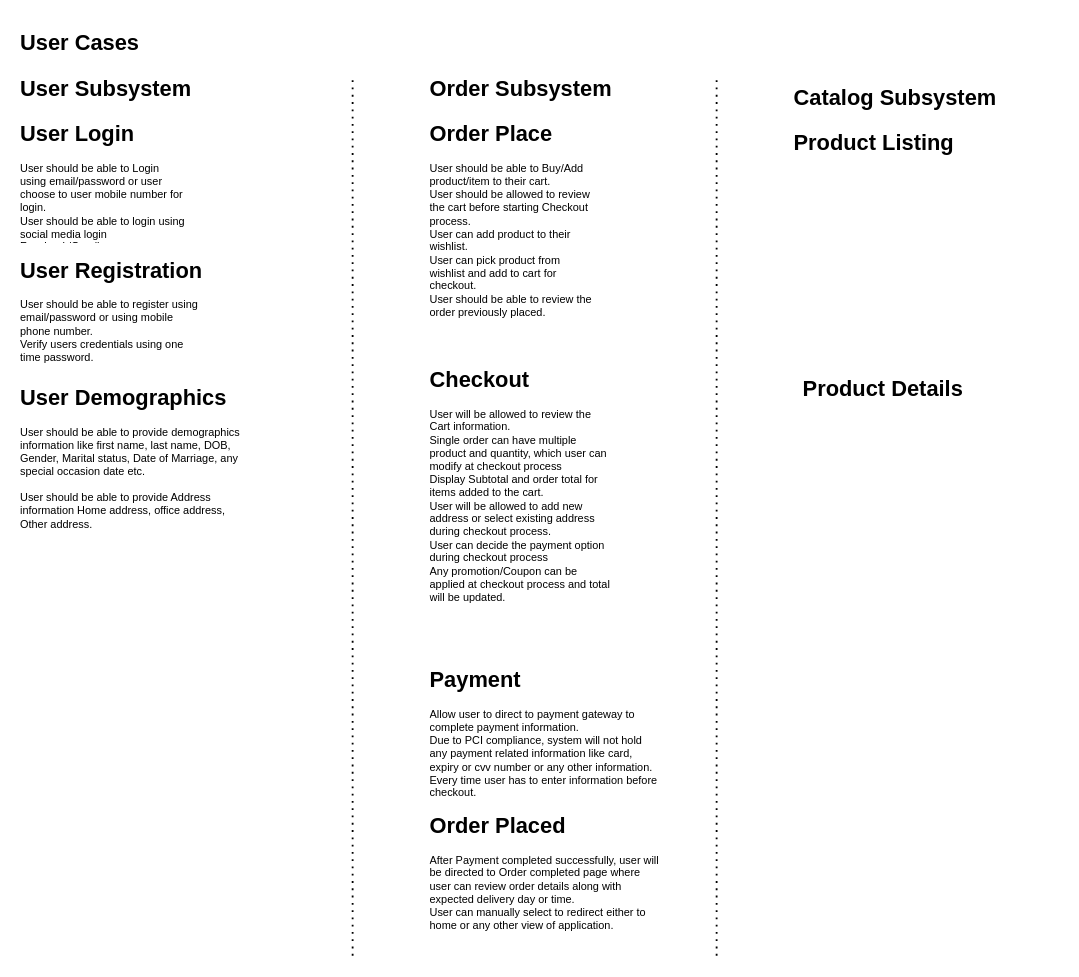
Before: page "L5(R-2023-06-02)" (5 of 5) of eCom/docs/design.drawio in ravinderkumard/trariti, a draw.io diagram. Source tidied: cells renumbered, new cells numbered last; positions are measured from the earlier drawing's top-left corner, leaving out a move shared by most shapes. Both pictures are drawn from the tidied source at 91%, with x=0, y=0 at pixel (15, 25).
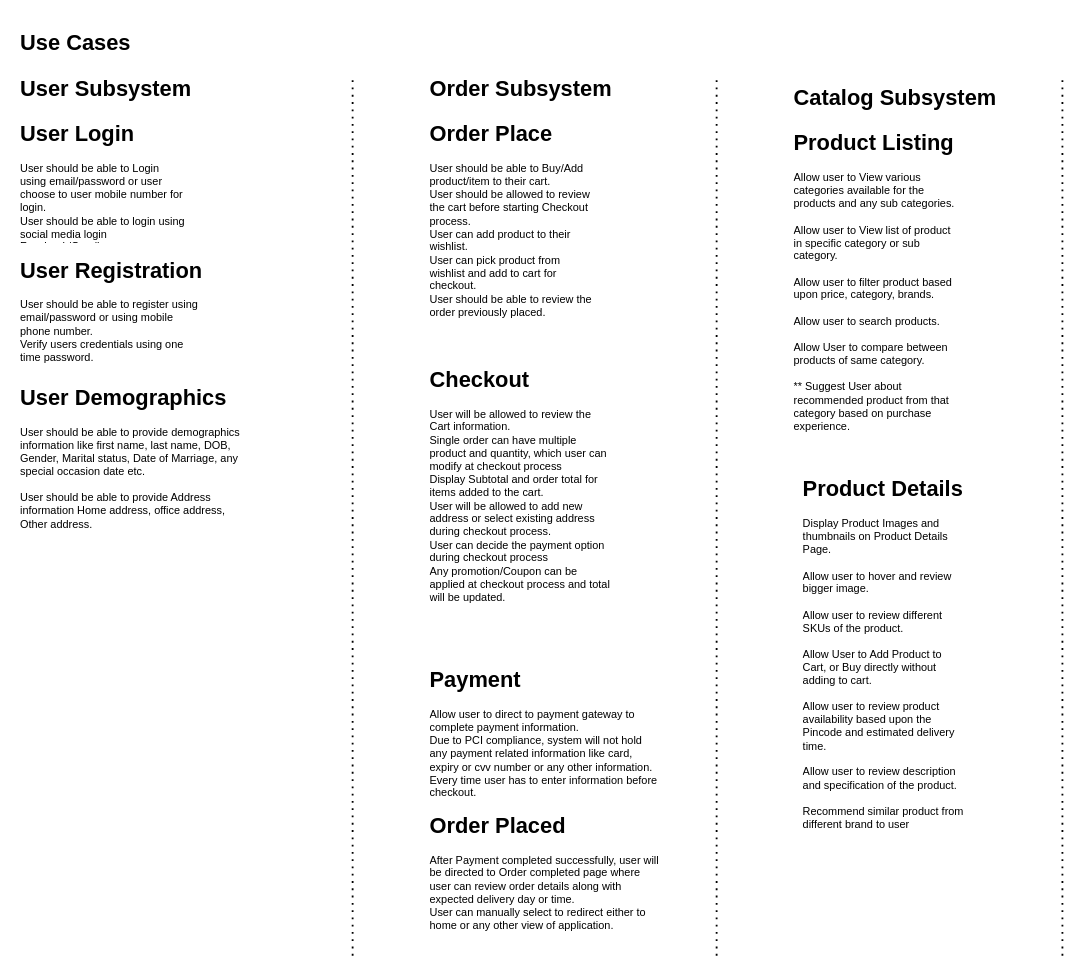
The same diagram, later.

Commit message (it also covers changes not shown here):
Use cases added for Catalog Subsystem.

Diff of the diagram source:
```diff
@@
-    <mxCell id="2" value="&lt;h1&gt;User Cases&lt;/h1&gt;" style="text;html=1;strokeColor=none;fillColor=none;spacing=5;spacingTop=-20;whiteSpace=wrap;overflow=hidden;rounded=0;" parent="1" vertex="1">
+    <mxCell id="2" value="&lt;h1&gt;Use Cases&lt;/h1&gt;" style="text;html=1;strokeColor=none;fillColor=none;spacing=5;spacingTop=-20;whiteSpace=wrap;overflow=hidden;rounded=0;" parent="1" vertex="1">
       <mxGeometry width="190" height="50" as="geometry" />
     </mxCell>
@@
-    <mxCell id="14" value="&lt;h1&gt;Product Listing&lt;/h1&gt;&lt;div&gt;&lt;br&gt;&lt;/div&gt;&lt;div&gt;&lt;br&gt;&lt;/div&gt;" style="text;html=1;strokeColor=none;fillColor=none;spacing=5;spacingTop=-20;whiteSpace=wrap;overflow=hidden;rounded=0;" parent="1" vertex="1">
-      <mxGeometry x="850" y="110" width="190" height="240" as="geometry" />
+    <mxCell id="14" value="&lt;h1&gt;Product Listing&lt;/h1&gt;&lt;div&gt;Allow user to View various categories available for the products and any sub categories.&lt;/div&gt;&lt;div&gt;&lt;br&gt;&lt;/div&gt;&lt;div&gt;Allow user to View list of product in specific category or sub category.&lt;/div&gt;&lt;div&gt;&lt;br&gt;&lt;/div&gt;&lt;div&gt;Allow user to filter product based upon price, category, brands.&lt;/div&gt;&lt;div&gt;&lt;br&gt;&lt;/div&gt;&lt;div&gt;Allow user to search products.&lt;/div&gt;&lt;div&gt;&lt;br&gt;&lt;/div&gt;&lt;div&gt;Allow User to compare between products of same category.&lt;/div&gt;&lt;div&gt;&lt;br&gt;&lt;/div&gt;&lt;div&gt;** Suggest User about recommended product from that category based on purchase experience.&lt;/div&gt;&lt;div&gt;&lt;br&gt;&lt;/div&gt;&lt;div&gt;&lt;br&gt;&lt;/div&gt;" style="text;html=1;strokeColor=none;fillColor=none;spacing=5;spacingTop=-20;whiteSpace=wrap;overflow=hidden;rounded=0;" parent="1" vertex="1">
+      <mxGeometry x="850" y="110" width="190" height="360" as="geometry" />
     </mxCell>
@@
-    <mxCell id="16" value="&lt;h1&gt;Product Details&lt;/h1&gt;" style="text;html=1;strokeColor=none;fillColor=none;spacing=5;spacingTop=-20;whiteSpace=wrap;overflow=hidden;rounded=0;" parent="1" vertex="1">
-      <mxGeometry x="860" y="380" width="190" height="240" as="geometry" />
+    <mxCell id="16" value="&lt;h1&gt;Product Details&lt;/h1&gt;&lt;div&gt;Display Product Images and thumbnails on Product Details Page.&lt;/div&gt;&lt;div&gt;&lt;br&gt;&lt;/div&gt;&lt;div&gt;Allow user to hover and review bigger image.&lt;/div&gt;&lt;div&gt;&lt;br&gt;&lt;/div&gt;&lt;div&gt;Allow user to review different SKUs of the product.&lt;/div&gt;&lt;div&gt;&lt;br&gt;&lt;/div&gt;&lt;div&gt;Allow User to Add Product to Cart, or Buy directly without adding to cart.&lt;/div&gt;&lt;div&gt;&lt;br&gt;&lt;/div&gt;&lt;div&gt;Allow user to review product availability based upon the Pincode and estimated delivery time.&lt;/div&gt;&lt;div&gt;&lt;br&gt;&lt;/div&gt;&lt;div&gt;Allow user to review description and specification of the product.&lt;/div&gt;&lt;div&gt;&lt;br&gt;&lt;/div&gt;&lt;div&gt;Recommend similar product from different brand to user&lt;/div&gt;" style="text;html=1;strokeColor=none;fillColor=none;spacing=5;spacingTop=-20;whiteSpace=wrap;overflow=hidden;rounded=0;" parent="1" vertex="1">
+      <mxGeometry x="860" y="490" width="190" height="450" as="geometry" />
     </mxCell>
+    <mxCell id="17" style="endArrow=none;dashed=1;html=1;dashPattern=1 3;strokeWidth=2;rounded=0;" parent="1" edge="1">
+      <mxGeometry relative="1" as="geometry">
+        <mxPoint x="1150" y="1022.7" as="sourcePoint" />
+        <mxPoint x="1150" y="60" as="targetPoint" />
+      </mxGeometry>
+    </mxCell>
```
